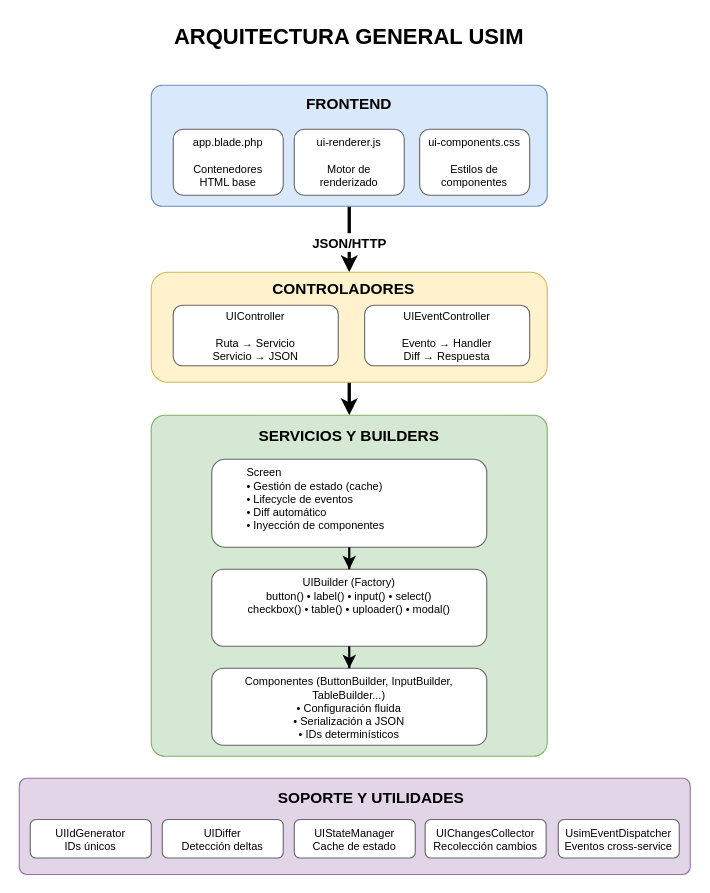
Before: page "2. Arquitectura General" (2 of 4) of docs/framework/USIM_DIAGRAMS.drawio in idei/usim-framework, a draw.io diagram. Source tidied: cells renumbered, new cells numbered last; positions are measured from the earlier drawing's top-left corner, leaving out a move shared by most shapes. Both pictures are drawn from the tidied source at 110%, with x=0, y=0 at pixel (19, 19).
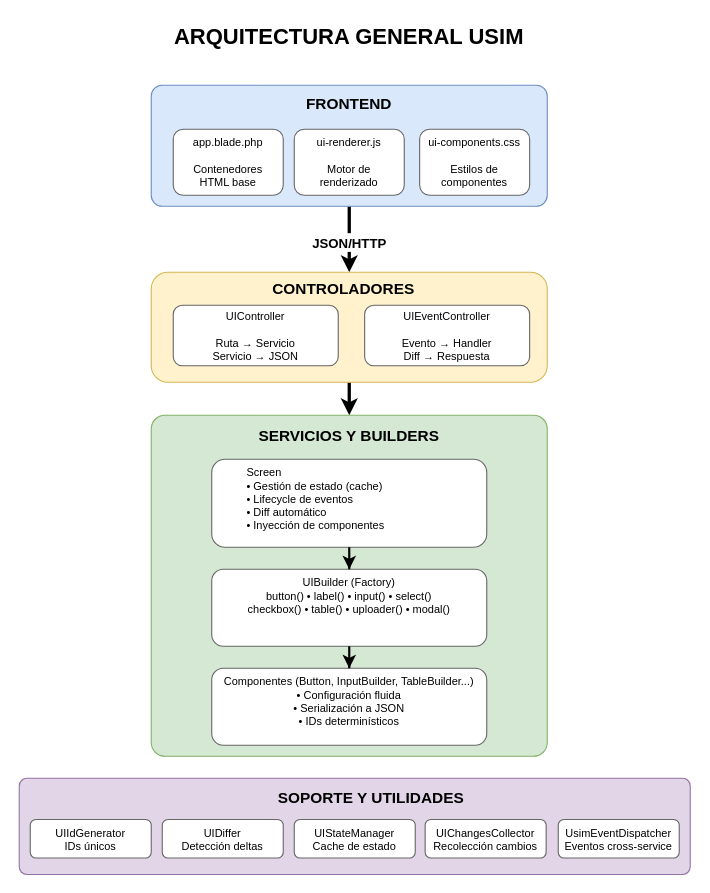
After the change.

Unchanged cells that the change refers to:
```xml
<mxCell id="16" style="group;" parent="1" vertex="1">
  <mxGeometry x="120" y="360" width="360" height="310" as="geometry" />
</mxCell>
```

Diff of the diagram source:
```diff
@@
-    <mxCell id="21" value="Componentes (ButtonBuilder, InputBuilder, TableBuilder...)&#10;• Configuración fluida&#10;• Serialización a JSON&#10;• IDs determinísticos" style="rounded=1;whiteSpace=wrap;html=1;fillColor=#ffffff;strokeColor=#666666;align=center;fontSize=10;spacingTop=0;spacingBottom=10;verticalAlign=top;" parent="16" vertex="1">
+    <mxCell id="21" value="Componentes (Button, InputBuilder, TableBuilder...)&#10;• Configuración fluida&#10;• Serialización a JSON&#10;• IDs determinísticos" style="rounded=1;whiteSpace=wrap;html=1;fillColor=#ffffff;strokeColor=#666666;align=center;fontSize=10;spacingTop=0;spacingBottom=10;verticalAlign=top;" parent="16" vertex="1">
       <mxGeometry x="55" y="230" width="250" height="70" as="geometry" />
     </mxCell>
```
